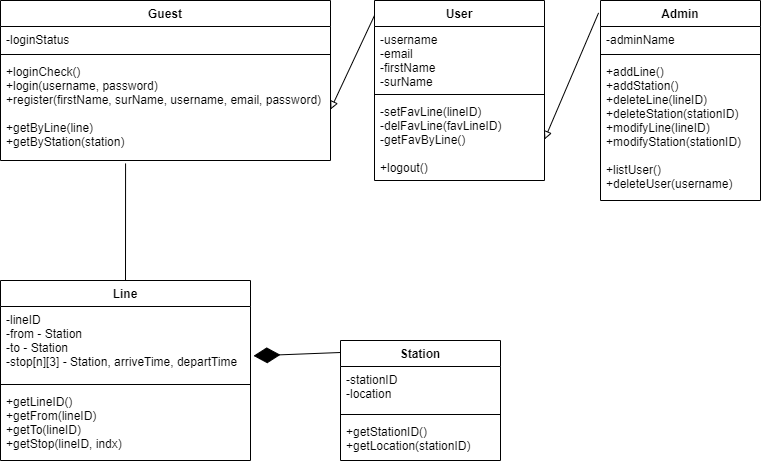
makoadampeter/vonatprojekt keeps this draw.io diagram as class_diagram_vonat.png. Above is the earlier version. Source tidied: cells renumbered, new cells last; positions are measured from the earlier drawing's top-left corner, leaving out a move shared by most shapes.
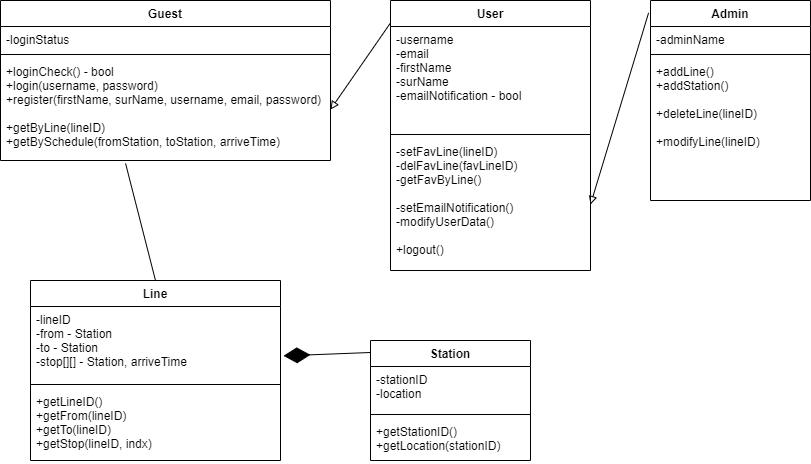
After the change.

Commit message:
Függvények és adattagok egyérteműsítése, hibák javítása, elnevezések módosítása

Change to the diagram source:
```diff
@@ -3,7 +3,7 @@
     <mxCell id="0" />
     <mxCell id="1" parent="0" />
     <mxCell id="2" value="Admin" style="swimlane;fontStyle=1;align=center;verticalAlign=top;horizontal=1;startSize=26;" parent="1" vertex="1">
-      <mxGeometry x="600" width="160" height="200" as="geometry" />
+      <mxGeometry x="620" width="160" height="200" as="geometry" />
     </mxCell>
     <mxCell id="3" value="-adminName" style="text;strokeColor=none;fillColor=none;align=left;verticalAlign=top;spacingLeft=4;spacingRight=4;overflow=hidden;" parent="2" vertex="1">
       <mxGeometry y="26" width="160" height="24" as="geometry" />
@@ -11,11 +11,11 @@
     <mxCell id="4" style="line;strokeWidth=1;fillColor=none;align=left;verticalAlign=middle;spacingTop=-1;spacingLeft=3;spacingRight=3;labelPosition=right;" parent="2" vertex="1">
       <mxGeometry y="50" width="160" height="8" as="geometry" />
     </mxCell>
-    <mxCell id="5" value="+addLine()&#10;+addStation()&#10;+deleteLine(lineID)&#10;+deleteStation(stationID)&#10;+modifyLine(lineID)&#10;+modifyStation(stationID)&#10;&#10;+listUser()&#10;+deleteUser(username)" style="text;strokeColor=none;fillColor=none;align=left;verticalAlign=top;spacingLeft=4;spacingRight=4;overflow=hidden;" parent="2" vertex="1">
+    <mxCell id="5" value="+addLine()&#10;+addStation()&#10;&#10;+deleteLine(lineID)&#10;&#10;+modifyLine(lineID)&#10;&#10;" style="text;strokeColor=none;fillColor=none;align=left;verticalAlign=top;spacingLeft=4;spacingRight=4;overflow=hidden;" parent="2" vertex="1">
       <mxGeometry y="58" width="160" height="142" as="geometry" />
     </mxCell>
     <mxCell id="6" value="Guest" style="swimlane;fontStyle=1;align=center;verticalAlign=top;horizontal=1;startSize=26;" parent="1" vertex="1">
-      <mxGeometry width="330" height="160" as="geometry" />
+      <mxGeometry x="-30" width="330" height="160" as="geometry" />
     </mxCell>
     <mxCell id="7" value="-loginStatus" style="text;strokeColor=none;fillColor=none;align=left;verticalAlign=top;spacingLeft=4;spacingRight=4;overflow=hidden;" parent="6" vertex="1">
       <mxGeometry y="26" width="330" height="24" as="geometry" />
@@ -23,20 +23,20 @@
     <mxCell id="8" style="line;strokeWidth=1;fillColor=none;align=left;verticalAlign=middle;spacingTop=-1;spacingLeft=3;spacingRight=3;labelPosition=right;" parent="6" vertex="1">
       <mxGeometry y="50" width="330" height="8" as="geometry" />
     </mxCell>
-    <mxCell id="9" value="+loginCheck()&#10;+login(username, password)&#10;+register(firstName, surName, username, email, password)&#10;&#10;+getByLine(line)&#10;+getByStation(station)&#10;" style="text;strokeColor=none;fillColor=none;align=left;verticalAlign=top;spacingLeft=4;spacingRight=4;overflow=hidden;points=[[0,0.5],[1,0.5]];portConstraint=eastwest;" parent="6" vertex="1">
+    <mxCell id="9" value="+loginCheck() - bool&#10;+login(username, password)&#10;+register(firstName, surName, username, email, password)&#10;&#10;+getByLine(lineID)&#10;+getBySchedule(fromStation, toStation, arriveTime)&#10;" style="text;strokeColor=none;fillColor=none;align=left;verticalAlign=top;spacingLeft=4;spacingRight=4;overflow=hidden;points=[[0,0.5],[1,0.5]];portConstraint=eastwest;" parent="6" vertex="1">
       <mxGeometry y="58" width="330" height="102" as="geometry" />
     </mxCell>
     <mxCell id="10" value="User" style="swimlane;fontStyle=1;align=center;verticalAlign=top;horizontal=1;startSize=26;" parent="1" vertex="1">
-      <mxGeometry x="374" width="170" height="180" as="geometry" />
+      <mxGeometry x="360" width="200" height="270" as="geometry" />
     </mxCell>
-    <mxCell id="11" value="-username&#10;-email&#10;-firstName&#10;-surName&#10;" style="text;strokeColor=none;fillColor=none;align=left;verticalAlign=top;spacingLeft=4;spacingRight=4;overflow=hidden;" parent="10" vertex="1">
-      <mxGeometry y="26" width="170" height="64" as="geometry" />
+    <mxCell id="11" value="-username&#10;-email&#10;-firstName&#10;-surName&#10;-emailNotification - bool&#10;" style="text;strokeColor=none;fillColor=none;align=left;verticalAlign=top;spacingLeft=4;spacingRight=4;overflow=hidden;" parent="10" vertex="1">
+      <mxGeometry y="26" width="200" height="104" as="geometry" />
     </mxCell>
     <mxCell id="12" style="line;strokeWidth=1;fillColor=none;align=left;verticalAlign=middle;spacingTop=-1;spacingLeft=3;spacingRight=3;labelPosition=right;" parent="10" vertex="1">
-      <mxGeometry y="90" width="170" height="8" as="geometry" />
+      <mxGeometry y="130" width="200" height="8" as="geometry" />
     </mxCell>
-    <mxCell id="13" value="-setFavLine(lineID)&#10;-delFavLine(favLineID)&#10;-getFavByLine()&#10;&#10;+logout()" style="text;strokeColor=none;fillColor=none;align=left;verticalAlign=top;spacingLeft=4;spacingRight=4;overflow=hidden;points=[[0,0.5],[1,0.5]];portConstraint=eastwest;" parent="10" vertex="1">
-      <mxGeometry y="98" width="170" height="82" as="geometry" />
+    <mxCell id="13" value="-setFavLine(lineID)&#10;-delFavLine(favLineID)&#10;-getFavByLine()&#10;&#10;-setEmailNotification()&#10;-modifyUserData()&#10;&#10;+logout()" style="text;strokeColor=none;fillColor=none;align=left;verticalAlign=top;spacingLeft=4;spacingRight=4;overflow=hidden;points=[[0,0.5],[1,0.5]];portConstraint=eastwest;" parent="10" vertex="1">
+      <mxGeometry y="138" width="200" height="132" as="geometry" />
     </mxCell>
     <mxCell id="14" style="html=1;labelBackgroundColor=#ffffff;endArrow=block;endFill=0;jettySize=auto;strokeWidth=1;fontSize=14;rounded=0;strokeColor=default;startArrow=none;startFill=0;exitX=-0.012;exitY=0.062;exitDx=0;exitDy=0;entryX=1;entryY=0.5;entryDx=0;entryDy=0;exitPerimeter=0;" parent="1" edge="1" source="2" target="13">
       <mxGeometry relative="1" as="geometry" />
@@ -59,7 +59,7 @@
     <mxCell id="20" value="Line" style="swimlane;fontStyle=1;align=center;verticalAlign=top;horizontal=1;startSize=26;" parent="1" vertex="1">
       <mxGeometry y="280" width="250" height="180" as="geometry" />
     </mxCell>
-    <mxCell id="21" value="-lineID&#10;-from - Station&#10;-to - Station&#10;-stop[n][3] - Station, arriveTime, departTime &#10;" style="text;strokeColor=none;fillColor=none;align=left;verticalAlign=top;spacingLeft=4;spacingRight=4;overflow=hidden;points=[[0,0.5],[1,0.5]];portConstraint=eastwest;" parent="20" vertex="1">
+    <mxCell id="21" value="-lineID&#10;-from - Station&#10;-to - Station&#10;-stop[][] - Station, arriveTime &#10;" style="text;strokeColor=none;fillColor=none;align=left;verticalAlign=top;spacingLeft=4;spacingRight=4;overflow=hidden;points=[[0,0.5],[1,0.5]];portConstraint=eastwest;" parent="20" vertex="1">
       <mxGeometry y="26" width="250" height="74" as="geometry" />
     </mxCell>
     <mxCell id="22" style="line;strokeWidth=1;fillColor=none;align=left;verticalAlign=middle;spacingTop=-1;spacingLeft=3;spacingRight=3;labelPosition=right;" parent="20" vertex="1">
```
